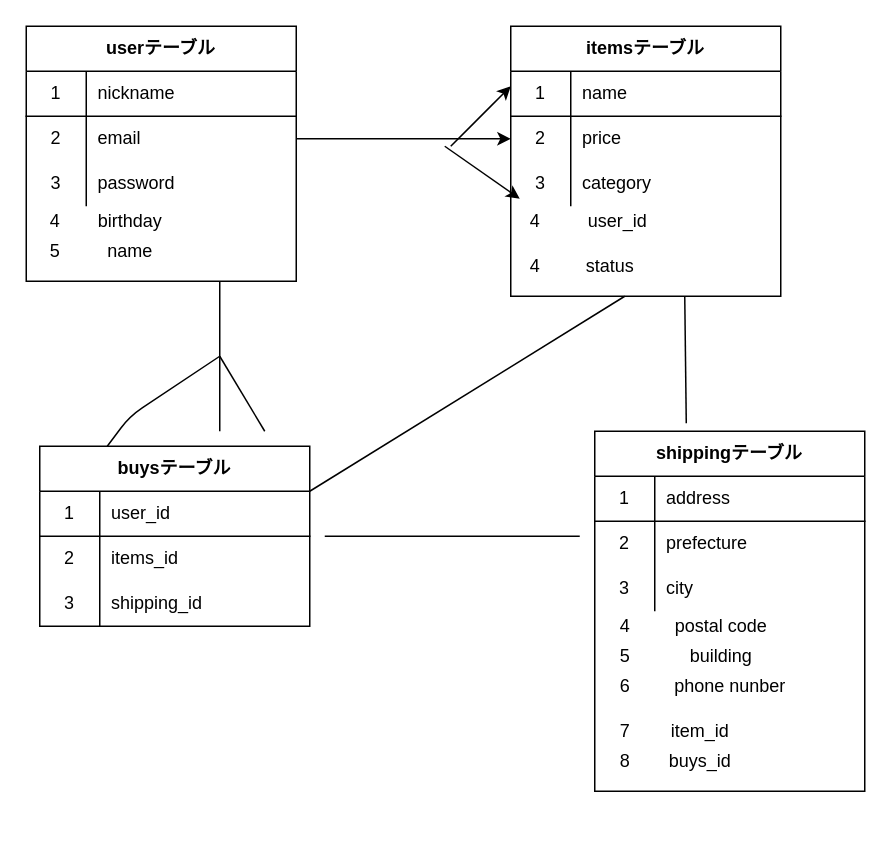
This is furima.dio from yusuketakegawa/furima-34554, a draw.io file, before an edit. Source tidied: cells renumbered, new cells numbered last; positions are measured from the earlier drawing's top-left corner, leaving out a move shared by most shapes. Both pictures are drawn from the tidied source at 150%, with x=0, y=0 at pixel (26, 26).
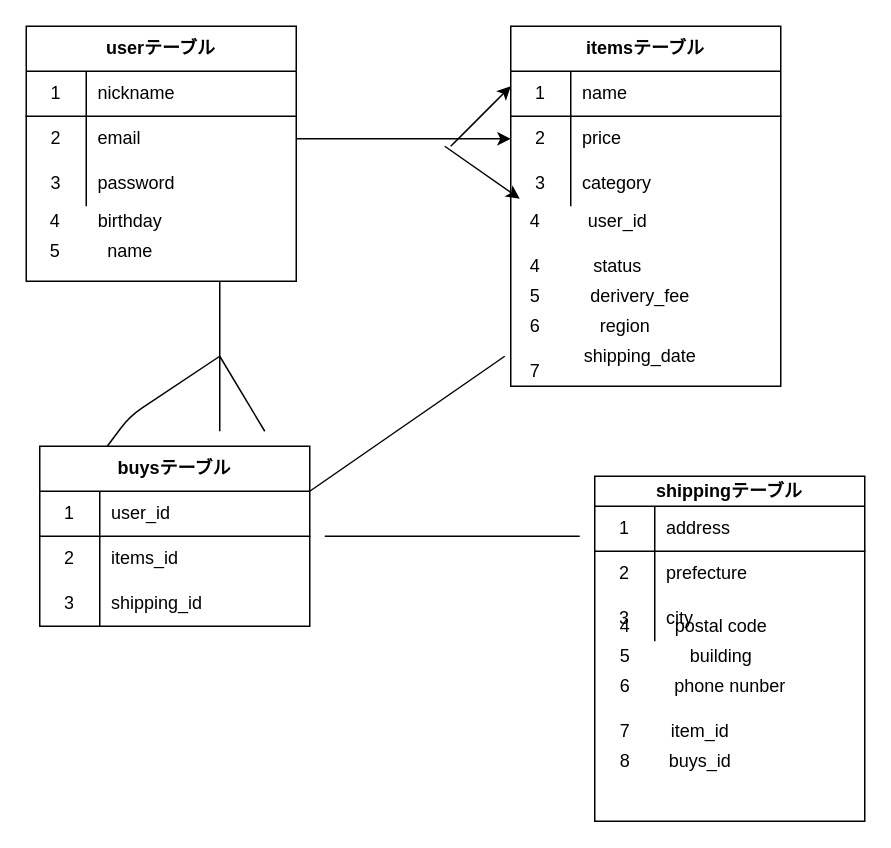
Above is the later version.

Commit message (it also covers changes not shown here):
変更箇所を修正しました。

Unchanged cells that the change refers to:
```xml
<mxCell id="28" style="shape=partialRectangle;html=1;whiteSpace=wrap;fillColor=none;top=0;left=0;bottom=1;right=0;points=[[0,0.5],[1,0.5]];portConstraint=eastwest;" parent="27" vertex="1">
  <mxGeometry y="30" width="180" height="30" as="geometry" />
</mxCell>
```

Change to the diagram source:
```diff
@@
     <mxCell id="12" value="itemsテーブル" style="shape=table;html=1;whiteSpace=wrap;startSize=30;childLayout=tableLayout;rowLines=0;fontStyle=1;align=center;" parent="1" vertex="1">
-      <mxGeometry x="323" width="180" height="180" as="geometry" />
+      <mxGeometry x="323" width="180" height="240" as="geometry" />
     </mxCell>
@@
     <mxCell id="38" style="endArrow=none;html=1;exitX=1;exitY=0;exitDx=0;exitDy=0;exitPerimeter=0;" parent="1" edge="1" source="28">
       <mxGeometry relative="1" as="geometry">
-        <mxPoint x="399" y="180" as="targetPoint" />
+        <mxPoint x="319" y="220" as="targetPoint" />
       </mxGeometry>
     </mxCell>
@@
-    <mxCell id="41" value="shippingテーブル" style="shape=table;html=1;whiteSpace=wrap;startSize=30;childLayout=tableLayout;rowLines=0;fontStyle=1;align=center;" parent="1" vertex="1">
-      <mxGeometry x="379" y="270" width="180" height="240" as="geometry" />
+    <mxCell id="41" value="shippingテーブル" style="shape=table;html=1;whiteSpace=wrap;startSize=20;childLayout=tableLayout;rowLines=0;fontStyle=1;align=center;" parent="1" vertex="1">
+      <mxGeometry x="379" y="300" width="180" height="230" as="geometry" />
     </mxCell>
     <mxCell id="42" style="shape=partialRectangle;html=1;whiteSpace=wrap;fillColor=none;top=0;left=0;bottom=1;right=0;" parent="41" vertex="1">
-      <mxGeometry y="30" width="180" height="30" as="geometry" />
+      <mxGeometry y="20" width="180" height="30" as="geometry" />
     </mxCell>
@@
     <mxCell id="45" style="shape=partialRectangle;html=1;whiteSpace=wrap;fillColor=none;top=0;left=0;bottom=0;right=0;" parent="41" vertex="1">
-      <mxGeometry y="60" width="180" height="30" as="geometry" />
+      <mxGeometry y="50" width="180" height="30" as="geometry" />
     </mxCell>
@@
     <mxCell id="48" style="shape=partialRectangle;html=1;whiteSpace=wrap;fillColor=none;top=0;left=0;bottom=0;right=0;" parent="41" vertex="1">
-      <mxGeometry y="90" width="180" height="30" as="geometry" />
+      <mxGeometry y="80" width="180" height="30" as="geometry" />
     </mxCell>
@@
     <mxCell id="61" value="status&lt;br&gt;" style="text;html=1;align=center;verticalAlign=middle;" parent="1" vertex="1">
-      <mxGeometry x="364" y="150" width="50" height="20" as="geometry" />
+      <mxGeometry x="369" y="150" width="50" height="20" as="geometry" />
     </mxCell>
@@
-    <mxCell id="64" style="endArrow=none;html=1;exitX=0.339;exitY=-0.022;exitDx=0;exitDy=0;exitPerimeter=0;" parent="1" edge="1" source="41">
-      <mxGeometry relative="1" as="geometry">
-        <mxPoint x="439" y="180" as="targetPoint" />
-      </mxGeometry>
-    </mxCell>
@@
+    <mxCell id="69" value="5" style="text;html=1;align=center;verticalAlign=middle;" parent="1" vertex="1">
+      <mxGeometry x="329" y="170" width="20" height="20" as="geometry" />
+    </mxCell>
+    <mxCell id="70" value="derivery_fee" style="text;html=1;align=center;verticalAlign=middle;" parent="1" vertex="1">
+      <mxGeometry x="369" y="170" width="80" height="20" as="geometry" />
+    </mxCell>
+    <mxCell id="71" value="6" style="text;html=1;align=center;verticalAlign=middle;" parent="1" vertex="1">
+      <mxGeometry x="329" y="190" width="20" height="20" as="geometry" />
+    </mxCell>
+    <mxCell id="72" value="7" style="text;html=1;align=center;verticalAlign=middle;" parent="1" vertex="1">
+      <mxGeometry x="329" y="220" width="20" height="20" as="geometry" />
+    </mxCell>
+    <mxCell id="73" value="region&lt;br&gt;" style="text;html=1;align=center;verticalAlign=middle;" parent="1" vertex="1">
+      <mxGeometry x="374" y="190" width="50" height="20" as="geometry" />
+    </mxCell>
+    <mxCell id="74" value="shipping_date&lt;br&gt;" style="text;html=1;align=center;verticalAlign=middle;" parent="1" vertex="1">
+      <mxGeometry x="364" y="210" width="90" height="20" as="geometry" />
+    </mxCell>
```
